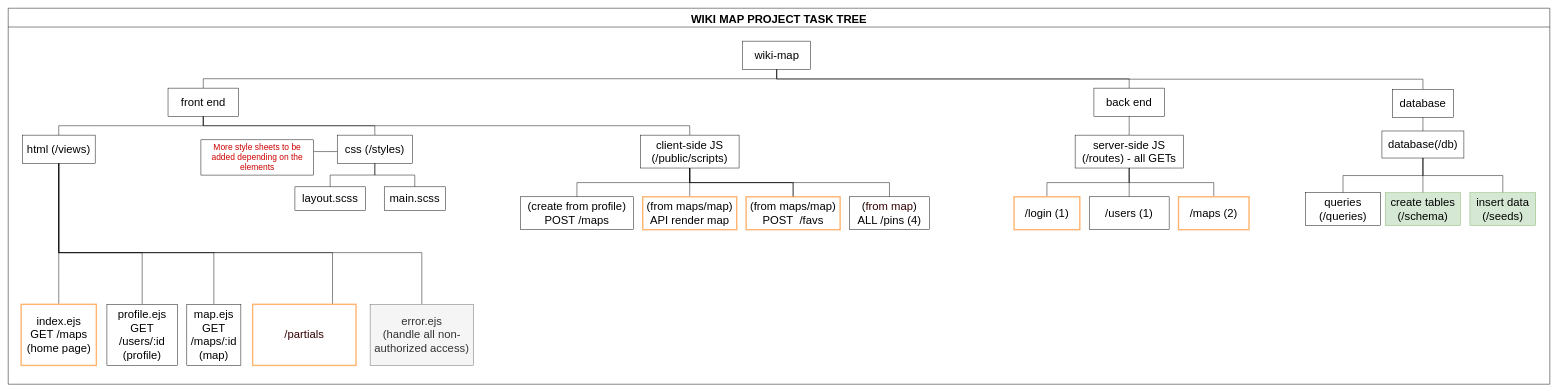
Before: planning/wiki-map-task-tree.drawio in GraceWXT/wiki-map, a draw.io diagram. Source tidied: cells renumbered, new cells numbered last; positions are measured from the earlier drawing's top-left corner, leaving out a move shared by most shapes. Both pictures are drawn from the tidied source at 47%, with x=0, y=0 at pixel (8, 8).
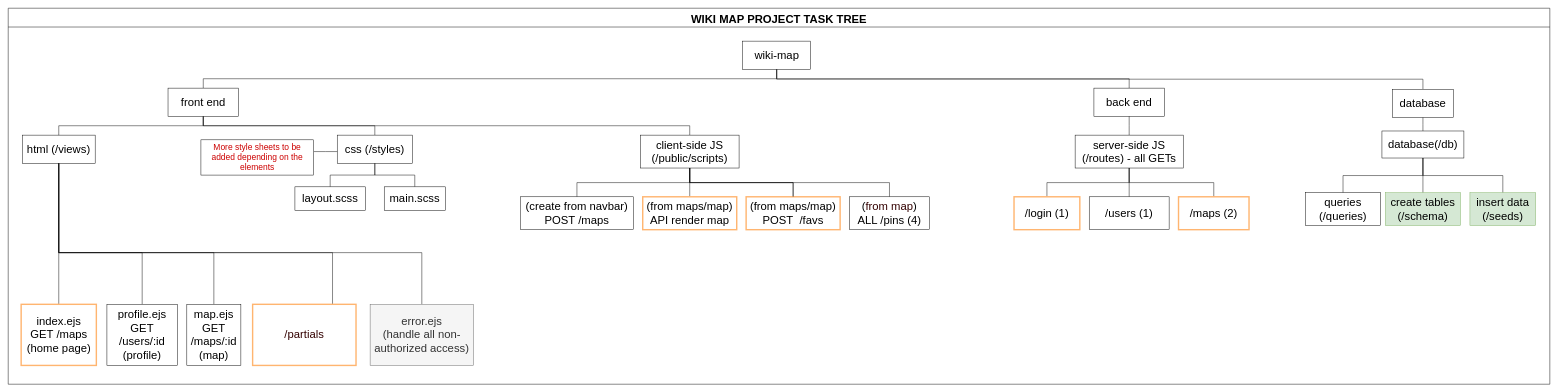
Above is the later version.

Commit message (it also covers changes not shown here):
Correct create map task to be from navbar

Unchanged cells that the change refers to:
```xml
<mxCell id="2" value="WIKI MAP PROJECT TASK TREE" style="swimlane;startSize=40;horizontal=1;containerType=tree;fontSize=24;" parent="1" vertex="1">
  <mxGeometry width="3280" height="800" as="geometry" />
</mxCell>
```

Change to the diagram source:
```diff
@@
-    <mxCell id="46" value="(create from profile)&lt;br&gt;POST /maps" style="whiteSpace=wrap;html=1;newEdgeStyle={&quot;edgeStyle&quot;:&quot;elbowEdgeStyle&quot;,&quot;startArrow&quot;:&quot;none&quot;,&quot;endArrow&quot;:&quot;none&quot;};fontSize=24;" parent="2" vertex="1">
+    <mxCell id="46" value="(create from navbar)&lt;br&gt;POST /maps" style="whiteSpace=wrap;html=1;newEdgeStyle={&quot;edgeStyle&quot;:&quot;elbowEdgeStyle&quot;,&quot;startArrow&quot;:&quot;none&quot;,&quot;endArrow&quot;:&quot;none&quot;};fontSize=24;" parent="2" vertex="1">
       <mxGeometry x="1090" y="401.2" width="240" height="70" as="geometry" />
     </mxCell>
```
